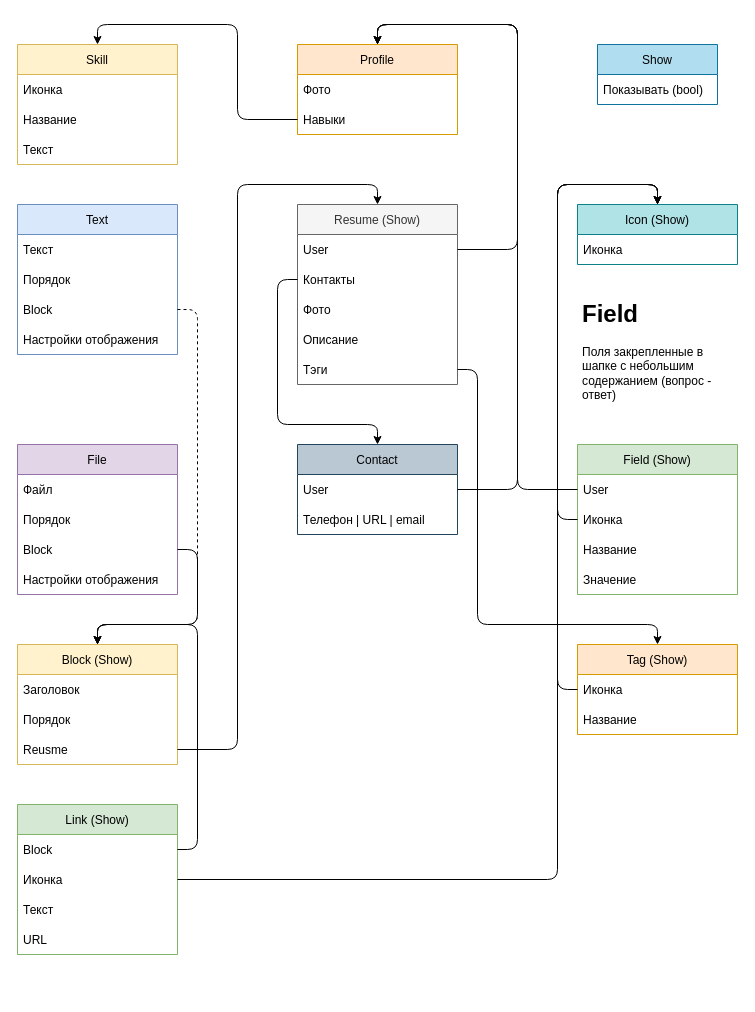
The draw.io diagram page "Page-4" (4 of 4) of db.drawio in YandexLyceumPP/Resume, before the edit. Source tidied: cells renumbered, new cells numbered last; positions are measured from the earlier drawing's top-left corner, leaving out a move shared by most shapes. Both pictures are drawn from the tidied source at 100%, with x=0, y=0 at pixel (17, 24).
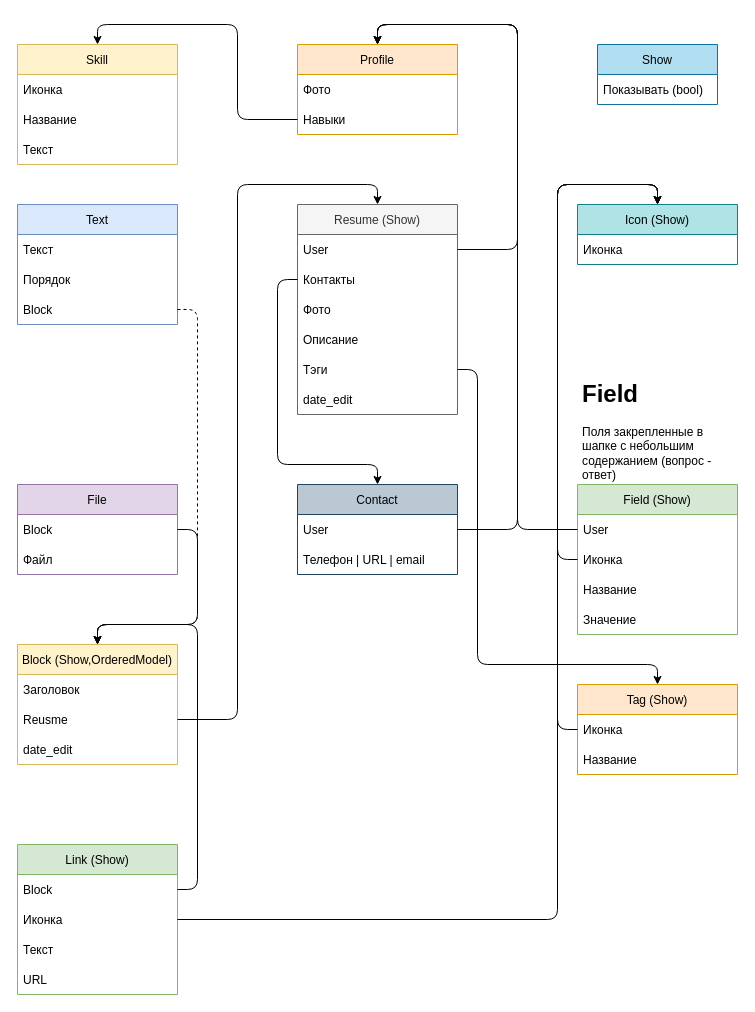
The same page after the edit.

Unchanged cells that the change refers to:
```xml
<mxCell id="2" value="Profile" style="swimlane;fontStyle=0;horizontal=1;startSize=30;fillColor=#ffe6cc;strokeColor=#d79b00;" parent="1" vertex="1">
  <mxGeometry x="280" y="20" width="160" height="90" as="geometry" />
</mxCell>
<mxCell id="6" value="Block" style="text;strokeColor=none;fillColor=none;align=left;verticalAlign=middle;spacingLeft=4;spacingRight=4;overflow=hidden;points=[[0,0.5],[1,0.5]];portConstraint=eastwest;" parent="5" vertex="1">
  <mxGeometry y="30" width="160" height="30" as="geometry" />
</mxCell>
<mxCell id="7" value="Иконка" style="text;strokeColor=none;fillColor=none;align=left;verticalAlign=middle;spacingLeft=4;spacingRight=4;overflow=hidden;points=[[0,0.5],[1,0.5]];portConstraint=eastwest;" parent="5" vertex="1">
  <mxGeometry y="60" width="160" height="30" as="geometry" />
</mxCell>
<mxCell id="13" value="User" style="text;strokeColor=none;fillColor=none;align=left;verticalAlign=middle;spacingLeft=4;spacingRight=4;overflow=hidden;points=[[0,0.5],[1,0.5]];portConstraint=eastwest;" parent="12" vertex="1">
  <mxGeometry y="30" width="160" height="30" as="geometry" />
</mxCell>
<mxCell id="14" value="Иконка" style="text;strokeColor=none;fillColor=none;align=left;verticalAlign=middle;spacingLeft=4;spacingRight=4;overflow=hidden;points=[[0,0.5],[1,0.5]];portConstraint=eastwest;" parent="12" vertex="1">
  <mxGeometry y="60" width="160" height="30" as="geometry" />
</mxCell>
<mxCell id="25" value="Иконка" style="text;strokeColor=none;fillColor=none;align=left;verticalAlign=middle;spacingLeft=4;spacingRight=4;overflow=hidden;points=[[0,0.5],[1,0.5]];portConstraint=eastwest;" parent="24" vertex="1">
  <mxGeometry y="30" width="160" height="30" as="geometry" />
</mxCell>
<mxCell id="29" value="Контакты" style="text;strokeColor=none;fillColor=none;align=left;verticalAlign=middle;spacingLeft=4;spacingRight=4;overflow=hidden;points=[[0,0.5],[1,0.5]];portConstraint=eastwest;" parent="27" vertex="1">
  <mxGeometry y="60" width="160" height="30" as="geometry" />
</mxCell>
<mxCell id="32" value="Тэги" style="text;strokeColor=none;fillColor=none;align=left;verticalAlign=middle;spacingLeft=4;spacingRight=4;overflow=hidden;points=[[0,0.5],[1,0.5]];portConstraint=eastwest;" parent="27" vertex="1">
  <mxGeometry y="150" width="160" height="30" as="geometry" />
</mxCell>
<mxCell id="35" value="Icon (Show)" style="swimlane;fontStyle=0;horizontal=1;startSize=30;fillColor=#b0e3e6;strokeColor=#0e8088;" parent="1" vertex="1">
  <mxGeometry x="560" y="180" width="160" height="60" as="geometry" />
</mxCell>
<mxCell id="59" value="User" style="text;strokeColor=none;fillColor=none;align=left;verticalAlign=middle;spacingLeft=4;spacingRight=4;overflow=hidden;points=[[0,0.5],[1,0.5]];portConstraint=eastwest;" parent="58" vertex="1">
  <mxGeometry y="30" width="160" height="30" as="geometry" />
</mxCell>
```

Change to the diagram source:
```diff
@@
     <mxCell id="5" value="Link (Show)" style="swimlane;fontStyle=0;horizontal=1;startSize=30;fillColor=#d5e8d4;strokeColor=#82b366;" parent="1" vertex="1">
-      <mxGeometry y="780" width="160" height="150" as="geometry" />
+      <mxGeometry y="820" width="160" height="150" as="geometry" />
     </mxCell>
@@
     <mxCell id="12" value="Field (Show)" style="swimlane;fontStyle=0;horizontal=1;startSize=30;fillColor=#d5e8d4;strokeColor=#82b366;" parent="1" vertex="1">
-      <mxGeometry x="560" y="420" width="160" height="150" as="geometry" />
+      <mxGeometry x="560" y="460" width="160" height="150" as="geometry" />
     </mxCell>
@@
     <mxCell id="17" style="edgeStyle=orthogonalEdgeStyle;rounded=1;jettySize=auto;html=1;exitX=0;exitY=0.5;exitDx=0;exitDy=0;entryX=0.5;entryY=0;entryDx=0;entryDy=0;fontFamily=Helvetica;fontSize=12;" parent="1" edge="1" source="13" target="2">
       <mxGeometry relative="1" as="geometry">
         <Array as="points">
-          <mxPoint x="500" y="465" />
+          <mxPoint x="500" y="505" />
           <mxPoint x="500" />
           <mxPoint x="360" />
         </Array>
       </mxGeometry>
     </mxCell>
     <mxCell id="18" value="&lt;h1&gt;&lt;span style=&quot;text-align: center&quot;&gt;&lt;font style=&quot;font-size: 24px&quot;&gt;Field&lt;/font&gt;&lt;/span&gt;&lt;br&gt;&lt;/h1&gt;&lt;p&gt;Поля закрепленные в шапке с небольшим содержанием (вопрос - ответ)&lt;/p&gt;" style="text;html=1;strokeColor=none;fillColor=none;spacing=5;spacingTop=-20;whiteSpace=wrap;overflow=hidden;rounded=0;fontFamily=Helvetica;fontSize=12;opacity=40;" parent="1" vertex="1">
-      <mxGeometry x="560" y="270" width="160" height="110" as="geometry" />
+      <mxGeometry x="560" y="350" width="160" height="110" as="geometry" />
     </mxCell>
@@
     <mxCell id="24" value="Tag (Show)" style="swimlane;fontStyle=0;horizontal=1;startSize=30;fillColor=#ffe6cc;strokeColor=#d79b00;" parent="1" vertex="1">
-      <mxGeometry x="560" y="620" width="160" height="90" as="geometry" />
+      <mxGeometry x="560" y="660" width="160" height="90" as="geometry" />
     </mxCell>
@@
     <mxCell id="27" value="Resume (Show)" style="swimlane;fontStyle=0;horizontal=1;startSize=30;fillColor=#f5f5f5;strokeColor=#666666;fontColor=#333333;" parent="1" vertex="1">
-      <mxGeometry x="280" y="180" width="160" height="180" as="geometry" />
+      <mxGeometry x="280" y="180" width="160" height="210" as="geometry" />
     </mxCell>
@@
+    <mxCell id="63" value="date_edit" style="text;strokeColor=none;fillColor=none;align=left;verticalAlign=middle;spacingLeft=4;spacingRight=4;overflow=hidden;" parent="27" vertex="1">
+      <mxGeometry y="180" width="160" height="30" as="geometry" />
+    </mxCell>
@@
     <mxCell id="34" style="edgeStyle=orthogonalEdgeStyle;rounded=1;jettySize=auto;html=1;exitX=1;exitY=0.5;exitDx=0;exitDy=0;entryX=0.5;entryY=0;entryDx=0;entryDy=0;elbow=vertical;" parent="1" edge="1" source="32" target="24">
       <mxGeometry relative="1" as="geometry">
         <Array as="points">
           <mxPoint x="460" y="345" />
-          <mxPoint x="460" y="600" />
-          <mxPoint x="640" y="600" />
+          <mxPoint x="460" y="640" />
+          <mxPoint x="640" y="640" />
         </Array>
       </mxGeometry>
     </mxCell>
@@
-    <mxCell id="37" value="Block (Show)" style="swimlane;fontStyle=0;horizontal=1;startSize=30;fillColor=#fff2cc;strokeColor=#d6b656;" parent="1" vertex="1">
+    <mxCell id="37" value="Block (Show,OrderedModel)" style="swimlane;fontStyle=0;horizontal=1;startSize=30;fillColor=#fff2cc;strokeColor=#d6b656;" parent="1" vertex="1">
       <mxGeometry y="620" width="160" height="120" as="geometry" />
     </mxCell>
@@
-    <mxCell id="39" value="Порядок" style="text;strokeColor=none;fillColor=none;align=left;verticalAlign=middle;spacingLeft=4;spacingRight=4;overflow=hidden;" parent="37" vertex="1">
-      <mxGeometry y="60" width="160" height="30" as="geometry" />
-    </mxCell>
     <mxCell id="40" value="Reusme" style="text;strokeColor=none;fillColor=none;align=left;verticalAlign=middle;spacingLeft=4;spacingRight=4;overflow=hidden;points=[[0,0.5],[1,0.5]];portConstraint=eastwest;" parent="37" vertex="1">
-      <mxGeometry y="90" width="160" height="30" as="geometry" />
+      <mxGeometry y="60" width="160" height="30" as="geometry" />
     </mxCell>
+    <mxCell id="64" value="date_edit" style="text;strokeColor=none;fillColor=none;align=left;verticalAlign=middle;spacingLeft=4;spacingRight=4;overflow=hidden;" parent="37" vertex="1">
+      <mxGeometry y="90" width="160" height="30" as="geometry" />
+    </mxCell>
     <mxCell id="41" value="Text" style="swimlane;fontStyle=0;horizontal=1;startSize=30;fillColor=#dae8fc;strokeColor=#6c8ebf;" parent="1" vertex="1">
-      <mxGeometry y="180" width="160" height="150" as="geometry" />
+      <mxGeometry y="180" width="160" height="120" as="geometry" />
     </mxCell>
@@
-    <mxCell id="45" value="Настройки отображения" style="text;strokeColor=none;fillColor=none;align=left;verticalAlign=middle;spacingLeft=4;spacingRight=4;overflow=hidden;" parent="41" vertex="1">
-      <mxGeometry y="120" width="160" height="30" as="geometry" />
-    </mxCell>
     <mxCell id="46" value="File" style="swimlane;fontStyle=0;horizontal=1;startSize=30;fillColor=#e1d5e7;strokeColor=#9673a6;" parent="1" vertex="1">
-      <mxGeometry y="420" width="160" height="150" as="geometry" />
+      <mxGeometry y="460" width="160" height="90" as="geometry" />
     </mxCell>
+    <mxCell id="49" value="Block" style="text;strokeColor=none;fillColor=none;align=left;verticalAlign=middle;spacingLeft=4;spacingRight=4;overflow=hidden;points=[[0,0.5],[1,0.5]];portConstraint=eastwest;" parent="46" vertex="1">
+      <mxGeometry y="30" width="160" height="30" as="geometry" />
+    </mxCell>
     <mxCell id="47" value="Файл" style="text;strokeColor=none;fillColor=none;align=left;verticalAlign=middle;spacingLeft=4;spacingRight=4;overflow=hidden;" parent="46" vertex="1">
-      <mxGeometry y="30" width="160" height="30" as="geometry" />
+      <mxGeometry y="60" width="160" height="30" as="geometry" />
     </mxCell>
-    <mxCell id="48" value="Порядок" style="text;strokeColor=none;fillColor=none;align=left;verticalAlign=middle;spacingLeft=4;spacingRight=4;overflow=hidden;" parent="46" vertex="1">
-      <mxGeometry y="60" width="160" height="30" as="geometry" />
-    </mxCell>
-    <mxCell id="49" value="Block" style="text;strokeColor=none;fillColor=none;align=left;verticalAlign=middle;spacingLeft=4;spacingRight=4;overflow=hidden;points=[[0,0.5],[1,0.5]];portConstraint=eastwest;" parent="46" vertex="1">
-      <mxGeometry y="90" width="160" height="30" as="geometry" />
-    </mxCell>
-    <mxCell id="50" value="Настройки отображения" style="text;strokeColor=none;fillColor=none;align=left;verticalAlign=middle;spacingLeft=4;spacingRight=4;overflow=hidden;" parent="46" vertex="1">
-      <mxGeometry y="120" width="160" height="30" as="geometry" />
-    </mxCell>
     <mxCell id="51" style="edgeStyle=orthogonalEdgeStyle;rounded=1;jettySize=auto;html=1;exitX=1;exitY=0.5;exitDx=0;exitDy=0;entryX=0.5;entryY=0;entryDx=0;entryDy=0;" parent="1" edge="1" source="49" target="37">
       <mxGeometry relative="1" as="geometry">
         <Array as="points">
-          <mxPoint x="180" y="525" />
+          <mxPoint x="180" y="505" />
           <mxPoint x="180" y="600" />
           <mxPoint x="80" y="600" />
         </Array>
       </mxGeometry>
     </mxCell>
@@
     <mxCell id="53" style="edgeStyle=orthogonalEdgeStyle;jettySize=auto;html=1;exitX=1;exitY=0.5;exitDx=0;exitDy=0;entryX=0.5;entryY=0;entryDx=0;entryDy=0;rounded=1;" parent="1" edge="1" source="6" target="37">
       <mxGeometry relative="1" as="geometry">
         <Array as="points">
-          <mxPoint x="180" y="825" />
+          <mxPoint x="180" y="865" />
           <mxPoint x="180" y="600" />
           <mxPoint x="80" y="600" />
         </Array>
       </mxGeometry>
     </mxCell>
@@
     <mxCell id="55" style="edgeStyle=orthogonalEdgeStyle;rounded=1;jettySize=auto;html=1;exitX=0;exitY=0.5;exitDx=0;exitDy=0;entryX=0.5;entryY=0;entryDx=0;entryDy=0;" parent="1" edge="1" source="25" target="35">
       <mxGeometry relative="1" as="geometry">
         <Array as="points">
-          <mxPoint x="540" y="665" />
+          <mxPoint x="540" y="705" />
           <mxPoint x="540" y="160" />
           <mxPoint x="640" y="160" />
         </Array>
       </mxGeometry>
     </mxCell>
     <mxCell id="56" style="edgeStyle=orthogonalEdgeStyle;rounded=1;jettySize=auto;html=1;exitX=0;exitY=0.5;exitDx=0;exitDy=0;entryX=0.5;entryY=0;entryDx=0;entryDy=0;" parent="1" edge="1" source="14" target="35">
       <mxGeometry relative="1" as="geometry">
         <Array as="points">
-          <mxPoint x="540" y="495" />
+          <mxPoint x="540" y="535" />
           <mxPoint x="540" y="160" />
           <mxPoint x="640" y="160" />
         </Array>
       </mxGeometry>
     </mxCell>
     <mxCell id="57" style="edgeStyle=orthogonalEdgeStyle;rounded=1;jettySize=auto;html=1;exitX=1;exitY=0.5;exitDx=0;exitDy=0;entryX=0.5;entryY=0;entryDx=0;entryDy=0;" parent="1" edge="1" source="7" target="35">
       <mxGeometry relative="1" as="geometry">
         <Array as="points">
-          <mxPoint x="540" y="855" />
+          <mxPoint x="540" y="895" />
           <mxPoint x="540" y="160" />
           <mxPoint x="640" y="160" />
         </Array>
       </mxGeometry>
     </mxCell>
     <mxCell id="58" value="Contact" style="swimlane;fontStyle=0;horizontal=1;startSize=30;fillColor=#bac8d3;strokeColor=#23445d;" parent="1" vertex="1">
-      <mxGeometry x="280" y="420" width="160" height="90" as="geometry" />
+      <mxGeometry x="280" y="460" width="160" height="90" as="geometry" />
     </mxCell>
@@
     <mxCell id="61" style="edgeStyle=orthogonalEdgeStyle;rounded=1;jettySize=auto;html=1;exitX=1;exitY=0.5;exitDx=0;exitDy=0;entryX=0.5;entryY=0;entryDx=0;entryDy=0;" parent="1" edge="1" source="59" target="2">
       <mxGeometry relative="1" as="geometry">
         <Array as="points">
-          <mxPoint x="500" y="465" />
+          <mxPoint x="500" y="505" />
           <mxPoint x="500" />
           <mxPoint x="360" />
         </Array>
       </mxGeometry>
     </mxCell>
     <mxCell id="62" style="edgeStyle=orthogonalEdgeStyle;rounded=1;jettySize=auto;html=1;exitX=0;exitY=0.5;exitDx=0;exitDy=0;entryX=0.5;entryY=0;entryDx=0;entryDy=0;" parent="1" edge="1" source="29" target="58">
       <mxGeometry relative="1" as="geometry">
         <Array as="points">
           <mxPoint x="260" y="255" />
-          <mxPoint x="260" y="400" />
-          <mxPoint x="360" y="400" />
+          <mxPoint x="260" y="440" />
+          <mxPoint x="360" y="440" />
         </Array>
       </mxGeometry>
     </mxCell>
```
